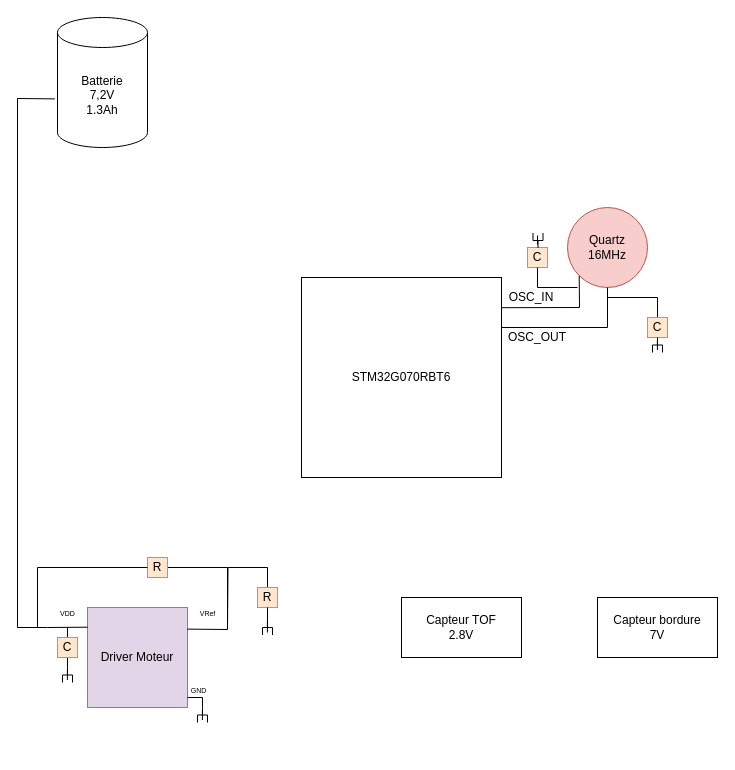
Artpel1805/Beerator keeps this draw.io diagram as Diagramme sans nom.drawio. Above is the earlier version. Source tidied: cells renumbered, new cells numbered last; positions are measured from the earlier drawing's top-left corner, leaving out a move shared by most shapes. Both pictures are drawn from the tidied source at 100%, with x=0, y=0 at pixel (17, 17).
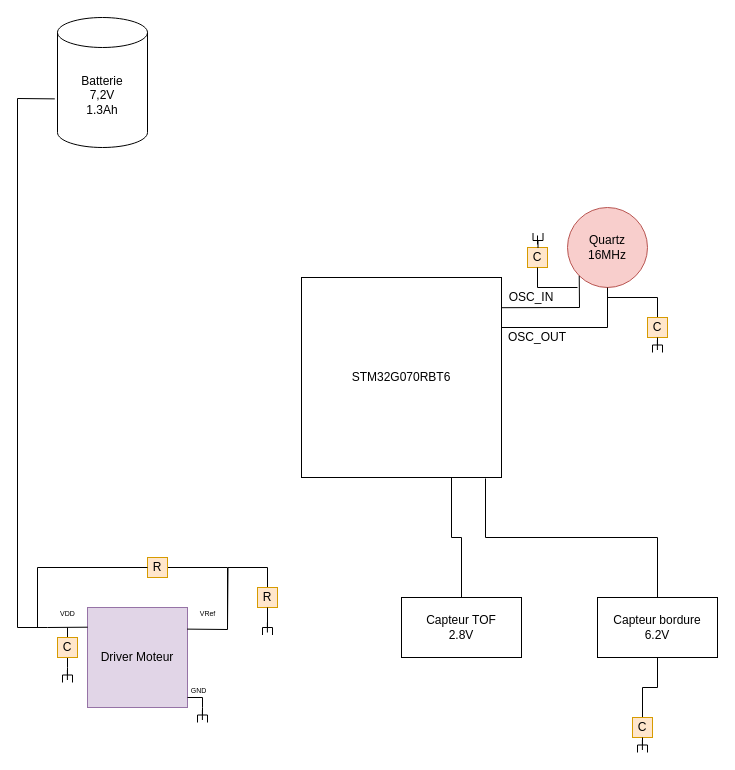
The same page after the edit.

Commit message:
Mettre à jour Diagramme sans nom.drawio

The change refers to these unchanged cells:
```xml
<mxCell id="3" value="STM32G070RBT6" style="whiteSpace=wrap;html=1;" parent="1" vertex="1">
  <mxGeometry x="284" y="260" width="200" height="200" as="geometry" />
</mxCell>
<mxCell id="24" value="Capteur TOF&lt;br&gt;2.8V" style="whiteSpace=wrap;html=1;align=center;newEdgeStyle={&quot;edgeStyle&quot;:&quot;elbowEdgeStyle&quot;,&quot;startArrow&quot;:&quot;none&quot;,&quot;endArrow&quot;:&quot;none&quot;};" parent="1" vertex="1">
  <mxGeometry x="384" y="580" width="120" height="60" as="geometry" />
</mxCell>
```

The edit, as a diff of the source:
```diff
@@
+    <mxCell id="45" style="edgeStyle=orthogonalEdgeStyle;rounded=0;jettySize=auto;html=1;exitX=0.5;exitY=1;exitDx=0;exitDy=0;entryX=0.5;entryY=0;entryDx=0;entryDy=0;endArrow=none;endFill=0;" parent="1" edge="1" source="20" target="48">
+      <mxGeometry relative="1" as="geometry" />
+    </mxCell>
+    <mxCell id="46" style="edgeStyle=orthogonalEdgeStyle;rounded=0;jettySize=auto;html=1;exitX=0.5;exitY=0;exitDx=0;exitDy=0;endArrow=none;endFill=0;entryX=0.92;entryY=1.005;entryDx=0;entryDy=0;entryPerimeter=0;" parent="1" edge="1" source="20" target="3">
+      <mxGeometry relative="1" as="geometry" />
+    </mxCell>
-    <mxCell id="20" value="Capteur bordure&lt;br&gt;7V" style="whiteSpace=wrap;html=1;align=center;newEdgeStyle={&quot;edgeStyle&quot;:&quot;elbowEdgeStyle&quot;,&quot;startArrow&quot;:&quot;none&quot;,&quot;endArrow&quot;:&quot;none&quot;};" parent="1" vertex="1">
+    <mxCell id="20" value="Capteur bordure&lt;br&gt;6.2V" style="whiteSpace=wrap;html=1;align=center;newEdgeStyle={&quot;edgeStyle&quot;:&quot;elbowEdgeStyle&quot;,&quot;startArrow&quot;:&quot;none&quot;,&quot;endArrow&quot;:&quot;none&quot;};" parent="1" vertex="1">
       <mxGeometry x="580" y="580" width="120" height="60" as="geometry" />
     </mxCell>
@@
+    <mxCell id="47" style="edgeStyle=orthogonalEdgeStyle;rounded=0;jettySize=auto;html=1;exitX=0.5;exitY=0;exitDx=0;exitDy=0;entryX=0.75;entryY=1;entryDx=0;entryDy=0;endArrow=none;endFill=0;" parent="1" edge="1" source="24" target="3">
+      <mxGeometry relative="1" as="geometry" />
+    </mxCell>
@@
+    <mxCell id="48" value="C" style="whiteSpace=wrap;html=1;fillColor=#ffe6cc;strokeColor=#d79b00;" parent="1" vertex="1">
+      <mxGeometry x="615" y="700" width="20" height="20" as="geometry" />
+    </mxCell>
@@
+    <mxCell id="49" style="group;" parent="1" vertex="1">
+      <mxGeometry x="620" y="720" width="10" height="15" as="geometry" />
+    </mxCell>
+    <mxCell id="50" style="strokeWidth=1;html=1;shape=mxgraph.flowchart.annotation_2;align=left;labelPosition=right;rotation=90;" parent="49" vertex="1">
+      <mxGeometry x="-2.5" y="2.5" width="15" height="10" as="geometry" />
+    </mxCell>
+    <mxCell id="51" style="endArrow=none;html=1;rounded=0;" parent="49" edge="1">
+      <mxGeometry relative="1" as="geometry">
+        <mxPoint x="4.9" y="12.5" as="sourcePoint" />
+        <mxPoint x="4.9" y="2.5" as="targetPoint" />
+        <Array as="points">
+          <mxPoint x="4.9" y="2.5" />
+        </Array>
+      </mxGeometry>
+    </mxCell>
```
